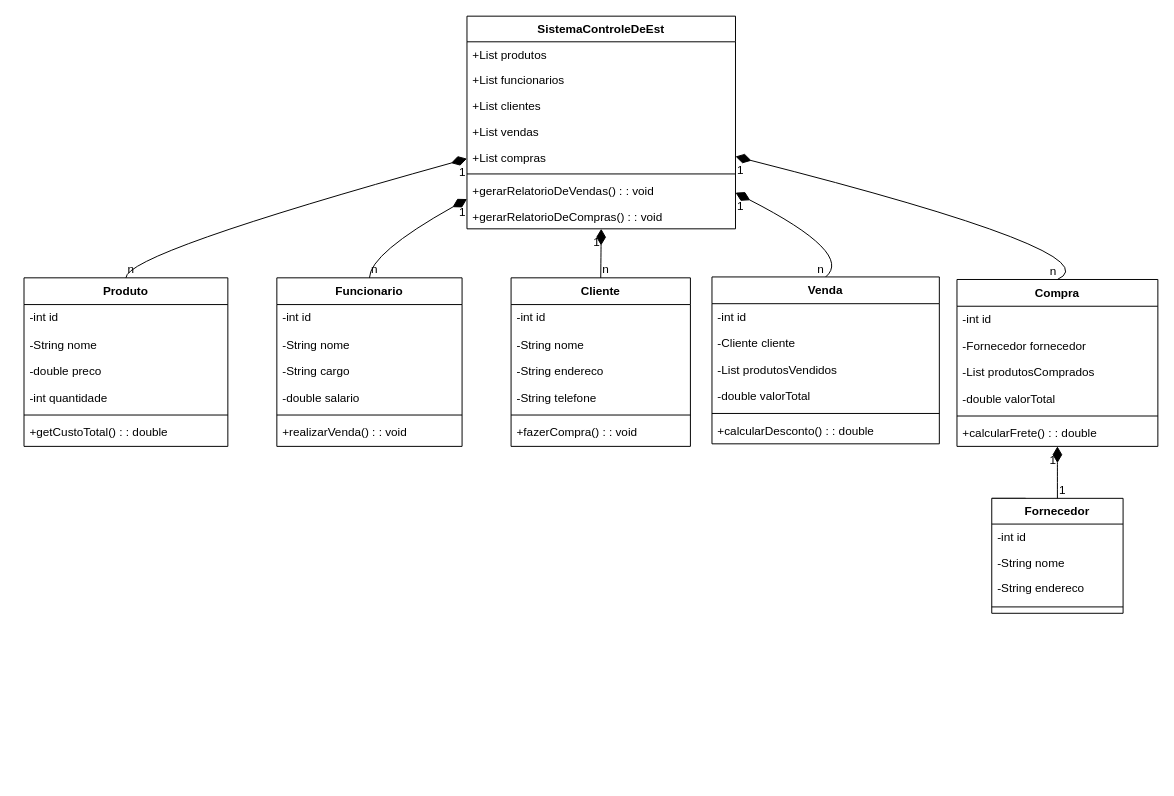
Earlier version of the draw.io diagram UML's/Draw.io/StockKeeper.drawio (KepryDeSousa/Stockeeper). Source tidied: cells renumbered, new cells numbered last; positions are measured from the earlier drawing's top-left corner, leaving out a move shared by most shapes. Both pictures are drawn from the tidied source at 98%, with x=0, y=0 at pixel (24, 16).
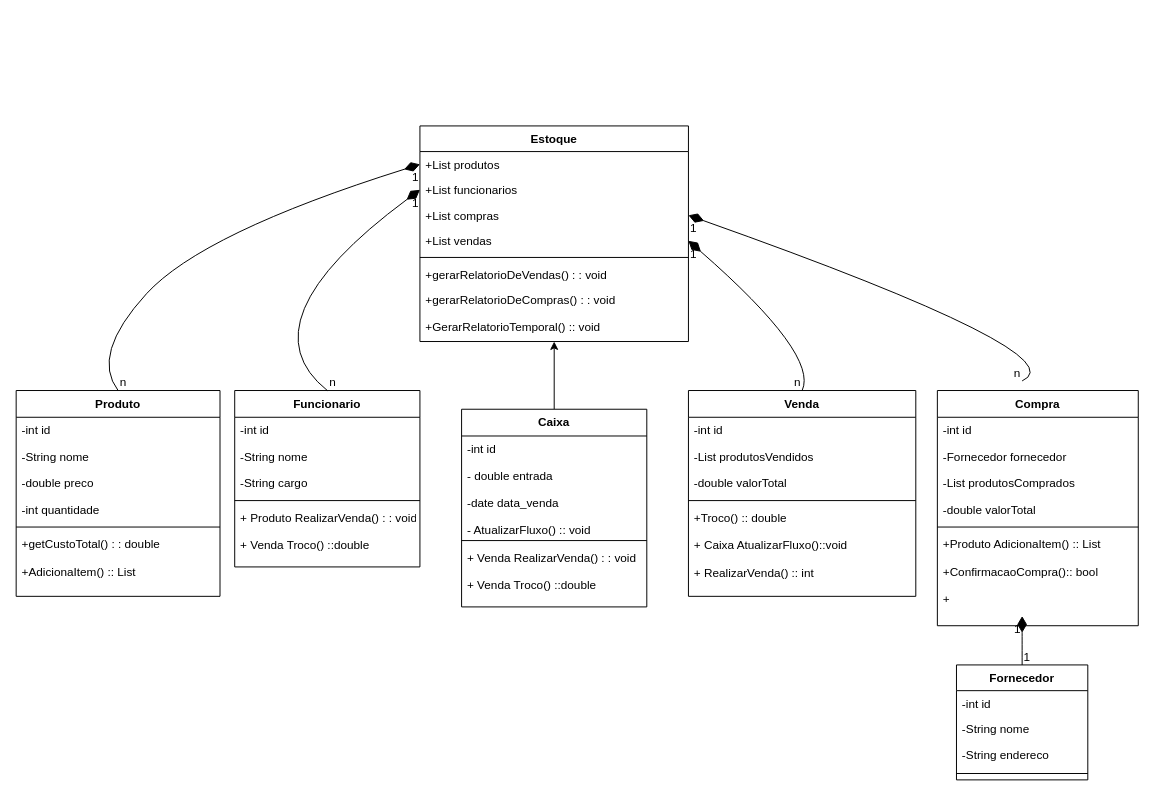
The same page after the edit.

What changed in the source:
```diff
@@
-    <mxCell id="2" value="SistemaControleDeEst" style="swimlane;fontStyle=1;align=center;verticalAlign=top;horizontal=1;startSize=26.162878036499023;" parent="1" vertex="1">
-      <mxGeometry x="452" width="274" height="217" as="geometry" />
+    <mxCell id="2" value="Estoque" style="swimlane;fontStyle=1;align=center;verticalAlign=top;horizontal=1;startSize=26.162878036499023;" parent="1" vertex="1">
+      <mxGeometry x="404" y="112" width="274" height="220" as="geometry" />
     </mxCell>
     <mxCell id="3" value="+List produtos" style="text;strokeColor=none;fillColor=none;align=left;verticalAlign=top;spacingLeft=4;spacingRight=4;overflow=hidden;points=[[0,0.5],[1,0.5]];portConstraint=eastwest;" parent="2" vertex="1">
-      <mxGeometry y="26" width="274" height="26" as="geometry" />
+      <mxGeometry y="26.2" width="274" height="26" as="geometry" />
     </mxCell>
     <mxCell id="4" value="+List funcionarios" style="text;strokeColor=none;fillColor=none;align=left;verticalAlign=top;spacingLeft=4;spacingRight=4;overflow=hidden;points=[[0,0.5],[1,0.5]];portConstraint=eastwest;" parent="2" vertex="1">
-      <mxGeometry y="52" width="274" height="26" as="geometry" />
+      <mxGeometry y="52.2" width="274" height="26" as="geometry" />
     </mxCell>
-    <mxCell id="5" value="+List clientes" style="text;strokeColor=none;fillColor=none;align=left;verticalAlign=top;spacingLeft=4;spacingRight=4;overflow=hidden;" parent="2" vertex="1">
-      <mxGeometry y="78" width="274" height="26" as="geometry" />
-    </mxCell>
+    <mxCell id="7" value="+List compras" style="text;strokeColor=none;fillColor=none;align=left;verticalAlign=top;spacingLeft=4;spacingRight=4;overflow=hidden;points=[[0,0.5],[1,0.5]];portConstraint=eastwest;" parent="2" vertex="1">
+      <mxGeometry y="78.2" width="274" height="26" as="geometry" />
+    </mxCell>
     <mxCell id="6" value="+List vendas" style="text;strokeColor=none;fillColor=none;align=left;verticalAlign=top;spacingLeft=4;spacingRight=4;overflow=hidden;points=[[0,0.5],[1,0.5]];portConstraint=eastwest;" parent="2" vertex="1">
-      <mxGeometry y="105" width="274" height="26" as="geometry" />
+      <mxGeometry y="104.2" width="274" height="26" as="geometry" />
     </mxCell>
-    <mxCell id="7" value="+List compras" style="text;strokeColor=none;fillColor=none;align=left;verticalAlign=top;spacingLeft=4;spacingRight=4;overflow=hidden;points=[[0,0.5],[1,0.5]];portConstraint=eastwest;" parent="2" vertex="1">
-      <mxGeometry y="131" width="274" height="26" as="geometry" />
-    </mxCell>
     <mxCell id="8" style="line;strokeWidth=1;fillColor=none;align=left;verticalAlign=middle;spacingTop=-1;spacingLeft=3;spacingRight=3;labelPosition=right;strokeColor=inherit;" parent="2" vertex="1">
-      <mxGeometry y="157" width="274" height="8" as="geometry" />
+      <mxGeometry y="130.2" width="274" height="8" as="geometry" />
     </mxCell>
     <mxCell id="9" value="+gerarRelatorioDeVendas() : : void" style="text;strokeColor=none;fillColor=none;align=left;verticalAlign=top;spacingLeft=4;spacingRight=4;overflow=hidden;" parent="2" vertex="1">
-      <mxGeometry y="165" width="274" height="26" as="geometry" />
+      <mxGeometry y="138.2" width="274" height="26" as="geometry" />
     </mxCell>
-    <mxCell id="10" value="+gerarRelatorioDeCompras() : : void" style="text;strokeColor=none;fillColor=none;align=left;verticalAlign=top;spacingLeft=4;spacingRight=4;overflow=hidden;" parent="2" vertex="1">
-      <mxGeometry y="191" width="274" height="26" as="geometry" />
+    <mxCell id="10" value="+gerarRelatorioDeCompras() : : void&#10;&#10;+GerarRelatorioTemporal() :: void" style="text;strokeColor=none;fillColor=none;align=left;verticalAlign=top;spacingLeft=4;spacingRight=4;overflow=hidden;" parent="2" vertex="1">
+      <mxGeometry y="164.2" width="274" height="55.8" as="geometry" />
     </mxCell>
     <mxCell id="11" value="Produto" style="swimlane;fontStyle=1;align=center;verticalAlign=top;horizontal=1;startSize=27.287877400716145;" parent="1" vertex="1">
-      <mxGeometry y="267" width="208" height="172" as="geometry" />
+      <mxGeometry x="-8" y="382" width="208" height="210" as="geometry" />
     </mxCell>
     <mxCell id="12" value="-int id" style="text;strokeColor=none;fillColor=none;align=left;verticalAlign=top;spacingLeft=4;spacingRight=4;overflow=hidden;" parent="11" vertex="1">
-      <mxGeometry y="27" width="208" height="27" as="geometry" />
+      <mxGeometry y="27.3" width="208" height="27" as="geometry" />
     </mxCell>
     <mxCell id="13" value="-String nome" style="text;strokeColor=none;fillColor=none;align=left;verticalAlign=top;spacingLeft=4;spacingRight=4;overflow=hidden;" parent="11" vertex="1">
-      <mxGeometry y="55" width="208" height="27" as="geometry" />
+      <mxGeometry y="54.3" width="208" height="27" as="geometry" />
     </mxCell>
     <mxCell id="14" value="-double preco" style="text;strokeColor=none;fillColor=none;align=left;verticalAlign=top;spacingLeft=4;spacingRight=4;overflow=hidden;" parent="11" vertex="1">
-      <mxGeometry y="82" width="208" height="27" as="geometry" />
+      <mxGeometry y="81.3" width="208" height="27" as="geometry" />
     </mxCell>
     <mxCell id="15" value="-int quantidade" style="text;strokeColor=none;fillColor=none;align=left;verticalAlign=top;spacingLeft=4;spacingRight=4;overflow=hidden;" parent="11" vertex="1">
-      <mxGeometry y="109" width="208" height="27" as="geometry" />
+      <mxGeometry y="108.3" width="208" height="27" as="geometry" />
     </mxCell>
     <mxCell id="16" style="line;strokeWidth=1;fillColor=none;align=left;verticalAlign=middle;spacingTop=-1;spacingLeft=3;spacingRight=3;labelPosition=right;strokeColor=inherit;" parent="11" vertex="1">
-      <mxGeometry y="136" width="208" height="8" as="geometry" />
+      <mxGeometry y="135.3" width="208" height="8" as="geometry" />
     </mxCell>
-    <mxCell id="17" value="+getCustoTotal() : : double" style="text;strokeColor=none;fillColor=none;align=left;verticalAlign=top;spacingLeft=4;spacingRight=4;overflow=hidden;" parent="11" vertex="1">
-      <mxGeometry y="144" width="208" height="27" as="geometry" />
+    <mxCell id="17" value="+getCustoTotal() : : double&#10;&#10;+AdicionaItem() :: List&#10;&#10;" style="text;strokeColor=none;fillColor=none;align=left;verticalAlign=top;spacingLeft=4;spacingRight=4;overflow=hidden;" parent="11" vertex="1">
+      <mxGeometry y="143.3" width="208" height="66.7" as="geometry" />
     </mxCell>
     <mxCell id="18" value="Funcionario" style="swimlane;fontStyle=1;align=center;verticalAlign=top;horizontal=1;startSize=27.287877400716145;" parent="1" vertex="1">
-      <mxGeometry x="258" y="267" width="189" height="172" as="geometry" />
+      <mxGeometry x="215" y="382" width="189" height="180" as="geometry" />
     </mxCell>
     <mxCell id="19" value="-int id" style="text;strokeColor=none;fillColor=none;align=left;verticalAlign=top;spacingLeft=4;spacingRight=4;overflow=hidden;" parent="18" vertex="1">
-      <mxGeometry y="27" width="189" height="27" as="geometry" />
+      <mxGeometry y="27.3" width="189" height="27" as="geometry" />
     </mxCell>
     <mxCell id="20" value="-String nome" style="text;strokeColor=none;fillColor=none;align=left;verticalAlign=top;spacingLeft=4;spacingRight=4;overflow=hidden;" parent="18" vertex="1">
-      <mxGeometry y="55" width="189" height="27" as="geometry" />
+      <mxGeometry y="54.3" width="189" height="27" as="geometry" />
     </mxCell>
     <mxCell id="21" value="-String cargo" style="text;strokeColor=none;fillColor=none;align=left;verticalAlign=top;spacingLeft=4;spacingRight=4;overflow=hidden;" parent="18" vertex="1">
-      <mxGeometry y="82" width="189" height="27" as="geometry" />
+      <mxGeometry y="81.3" width="189" height="27" as="geometry" />
     </mxCell>
-    <mxCell id="22" value="-double salario" style="text;strokeColor=none;fillColor=none;align=left;verticalAlign=top;spacingLeft=4;spacingRight=4;overflow=hidden;" parent="18" vertex="1">
-      <mxGeometry y="109" width="189" height="27" as="geometry" />
-    </mxCell>
     <mxCell id="23" style="line;strokeWidth=1;fillColor=none;align=left;verticalAlign=middle;spacingTop=-1;spacingLeft=3;spacingRight=3;labelPosition=right;strokeColor=inherit;" parent="18" vertex="1">
-      <mxGeometry y="136" width="189" height="8" as="geometry" />
+      <mxGeometry y="108.3" width="189" height="8" as="geometry" />
     </mxCell>
-    <mxCell id="24" value="+realizarVenda() : : void" style="text;strokeColor=none;fillColor=none;align=left;verticalAlign=top;spacingLeft=4;spacingRight=4;overflow=hidden;" parent="18" vertex="1">
-      <mxGeometry y="144" width="189" height="27" as="geometry" />
+    <mxCell id="24" value="+ Produto RealizarVenda() : : void&#10;&#10;+ Venda Troco() ::double&#10;&#10;&#10;&#10;" style="text;strokeColor=none;fillColor=none;align=left;verticalAlign=top;spacingLeft=4;spacingRight=4;overflow=hidden;" parent="18" vertex="1">
+      <mxGeometry y="116.3" width="189" height="63.7" as="geometry" />
     </mxCell>
-    <mxCell id="25" value="Cliente" style="swimlane;fontStyle=1;align=center;verticalAlign=top;horizontal=1;startSize=27.287877400716145;" parent="1" vertex="1">
-      <mxGeometry x="497" y="267" width="183" height="172" as="geometry" />
-    </mxCell>
-    <mxCell id="26" value="-int id" style="text;strokeColor=none;fillColor=none;align=left;verticalAlign=top;spacingLeft=4;spacingRight=4;overflow=hidden;" parent="25" vertex="1">
-      <mxGeometry y="27" width="183" height="27" as="geometry" />
-    </mxCell>
-    <mxCell id="27" value="-String nome" style="text;strokeColor=none;fillColor=none;align=left;verticalAlign=top;spacingLeft=4;spacingRight=4;overflow=hidden;" parent="25" vertex="1">
-      <mxGeometry y="55" width="183" height="27" as="geometry" />
-    </mxCell>
-    <mxCell id="28" value="-String endereco" style="text;strokeColor=none;fillColor=none;align=left;verticalAlign=top;spacingLeft=4;spacingRight=4;overflow=hidden;" parent="25" vertex="1">
-      <mxGeometry y="82" width="183" height="27" as="geometry" />
-    </mxCell>
-    <mxCell id="29" value="-String telefone" style="text;strokeColor=none;fillColor=none;align=left;verticalAlign=top;spacingLeft=4;spacingRight=4;overflow=hidden;" parent="25" vertex="1">
-      <mxGeometry y="109" width="183" height="27" as="geometry" />
-    </mxCell>
-    <mxCell id="30" style="line;strokeWidth=1;fillColor=none;align=left;verticalAlign=middle;spacingTop=-1;spacingLeft=3;spacingRight=3;labelPosition=right;strokeColor=inherit;" parent="25" vertex="1">
-      <mxGeometry y="136" width="183" height="8" as="geometry" />
-    </mxCell>
-    <mxCell id="31" value="+fazerCompra() : : void" style="text;strokeColor=none;fillColor=none;align=left;verticalAlign=top;spacingLeft=4;spacingRight=4;overflow=hidden;" parent="25" vertex="1">
-      <mxGeometry y="144" width="183" height="27" as="geometry" />
-    </mxCell>
     <mxCell id="32" value="Venda" style="swimlane;fontStyle=1;align=center;verticalAlign=top;horizontal=1;startSize=27.287877400716145;" parent="1" vertex="1">
-      <mxGeometry x="702" y="266.1" width="232" height="170.3" as="geometry" />
+      <mxGeometry x="678" y="382" width="232" height="210" as="geometry" />
     </mxCell>
@@
-    <mxCell id="34" value="-Cliente cliente" style="text;strokeColor=none;fillColor=none;align=left;verticalAlign=top;spacingLeft=4;spacingRight=4;overflow=hidden;" parent="32" vertex="1">
-      <mxGeometry y="54.3" width="232" height="27" as="geometry" />
-    </mxCell>
     <mxCell id="35" value="-List produtosVendidos" style="text;strokeColor=none;fillColor=none;align=left;verticalAlign=top;spacingLeft=4;spacingRight=4;overflow=hidden;" parent="32" vertex="1">
-      <mxGeometry y="81.3" width="232" height="27" as="geometry" />
+      <mxGeometry y="54.3" width="232" height="27" as="geometry" />
     </mxCell>
     <mxCell id="36" value="-double valorTotal" style="text;strokeColor=none;fillColor=none;align=left;verticalAlign=top;spacingLeft=4;spacingRight=4;overflow=hidden;" parent="32" vertex="1">
-      <mxGeometry y="108.3" width="232" height="27" as="geometry" />
+      <mxGeometry y="81.3" width="232" height="27" as="geometry" />
     </mxCell>
     <mxCell id="37" style="line;strokeWidth=1;fillColor=none;align=left;verticalAlign=middle;spacingTop=-1;spacingLeft=3;spacingRight=3;labelPosition=right;strokeColor=inherit;" parent="32" vertex="1">
-      <mxGeometry y="135.3" width="232" height="8" as="geometry" />
+      <mxGeometry y="108.3" width="232" height="8" as="geometry" />
     </mxCell>
-    <mxCell id="38" value="+calcularDesconto() : : double" style="text;strokeColor=none;fillColor=none;align=left;verticalAlign=top;spacingLeft=4;spacingRight=4;overflow=hidden;" parent="32" vertex="1">
-      <mxGeometry y="143.3" width="232" height="27" as="geometry" />
+    <mxCell id="38" value="+Troco() :: double&#10;&#10;+ Caixa AtualizarFluxo()::void&#10;&#10;+ RealizarVenda() :: int&#10;" style="text;strokeColor=none;fillColor=none;align=left;verticalAlign=top;spacingLeft=4;spacingRight=4;overflow=hidden;" parent="32" vertex="1">
+      <mxGeometry y="116.3" width="232" height="93.7" as="geometry" />
     </mxCell>
     <mxCell id="39" value="Compra" style="swimlane;fontStyle=1;align=center;verticalAlign=top;horizontal=1;startSize=27.287877400716145;" parent="1" vertex="1">
-      <mxGeometry x="952" y="268.7" width="205" height="170.3" as="geometry" />
+      <mxGeometry x="932" y="382" width="205" height="240" as="geometry" />
     </mxCell>
@@
-    <mxCell id="45" value="+calcularFrete() : : double" style="text;strokeColor=none;fillColor=none;align=left;verticalAlign=top;spacingLeft=4;spacingRight=4;overflow=hidden;" parent="39" vertex="1">
-      <mxGeometry y="143.3" width="205" height="27" as="geometry" />
+    <mxCell id="45" value="+Produto AdicionaItem() :: List&#10;&#10;+ConfirmacaoCompra():: bool&#10;&#10;+" style="text;strokeColor=none;fillColor=none;align=left;verticalAlign=top;spacingLeft=4;spacingRight=4;overflow=hidden;" parent="39" vertex="1">
+      <mxGeometry y="143.3" width="205" height="96.7" as="geometry" />
     </mxCell>
-    <mxCell id="46" style="edgeStyle=orthogonalEdgeStyle;rounded=0;jettySize=auto;html=1;exitX=0;exitY=0;exitDx=0;exitDy=0;" parent="1" edge="1" source="47">
-      <mxGeometry relative="1" as="geometry">
-        <mxPoint x="1022" y="502" as="targetPoint" />
-      </mxGeometry>
-    </mxCell>
     <mxCell id="47" value="Fornecedor" style="swimlane;fontStyle=1;align=center;verticalAlign=top;horizontal=1;startSize=26.25589158799913;" parent="1" vertex="1">
-      <mxGeometry x="987.5" y="492" width="134" height="117.3" as="geometry" />
+      <mxGeometry x="951.5" y="662" width="134" height="117.3" as="geometry" />
     </mxCell>
@@
-    <mxCell id="52" style="curved=1;startArrow=diamondThin;startSize=14;startFill=1;endArrow=none;exitX=0;exitY=0.67;entryX=0.5;entryY=0;" parent="1" edge="1" source="2" target="11">
+    <mxCell id="52" style="curved=1;startArrow=diamondThin;startSize=14;startFill=1;endArrow=none;exitX=0;exitY=0.5;entryX=0.5;entryY=0;entryDx=0;entryDy=0;exitDx=0;exitDy=0;" parent="1" edge="1" source="3" target="11">
       <mxGeometry relative="1" as="geometry">
         <Array as="points">
-          <mxPoint x="104" y="242" />
+          <mxPoint x="182" y="221" />
+          <mxPoint x="68" y="345.4" />
         </Array>
       </mxGeometry>
     </mxCell>
@@
-    <mxCell id="55" style="curved=1;startArrow=diamondThin;startSize=14;startFill=1;endArrow=none;exitX=0;exitY=0.86;entryX=0.5;entryY=0;" parent="1" edge="1" source="2" target="18">
+    <mxCell id="55" style="curved=1;startArrow=diamondThin;startSize=14;startFill=1;endArrow=none;exitX=0;exitY=0.5;entryX=0.5;entryY=0;exitDx=0;exitDy=0;" parent="1" edge="1" source="4" target="18">
       <mxGeometry relative="1" as="geometry">
         <Array as="points">
-          <mxPoint x="353" y="242" />
+          <mxPoint x="222" y="312" />
         </Array>
       </mxGeometry>
     </mxCell>
@@
-    <mxCell id="58" style="curved=1;startArrow=diamondThin;startSize=14;startFill=1;endArrow=none;exitX=0.5;exitY=1;entryX=0.5;entryY=0;" parent="1" edge="1" source="2" target="25">
-      <mxGeometry relative="1" as="geometry" />
-    </mxCell>
-    <mxCell id="59" value="1" style="edgeLabel;labelBackgroundColor=none;fontSize=12;align=right;verticalAlign=top;" parent="58" vertex="1">
-      <mxGeometry x="-1" relative="1" as="geometry" />
-    </mxCell>
-    <mxCell id="60" value="n" style="edgeLabel;labelBackgroundColor=none;fontSize=12;align=left;verticalAlign=bottom;" parent="58" vertex="1">
-      <mxGeometry x="1" relative="1" as="geometry" />
-    </mxCell>
-    <mxCell id="61" style="curved=1;startArrow=diamondThin;startSize=14;startFill=1;endArrow=none;exitX=1;exitY=0.83;entryX=0.5;entryY=0;" parent="1" edge="1" source="2" target="32">
+    <mxCell id="61" style="curved=1;startArrow=diamondThin;startSize=14;startFill=1;endArrow=none;exitX=1;exitY=0.5;entryX=0.5;entryY=0;exitDx=0;exitDy=0;" parent="1" edge="1" source="6" target="32">
       <mxGeometry relative="1" as="geometry">
         <Array as="points">
-          <mxPoint x="847" y="242" />
+          <mxPoint x="811" y="345.4" />
         </Array>
       </mxGeometry>
     </mxCell>
@@
-    <mxCell id="64" style="curved=1;startArrow=diamondThin;startSize=14;startFill=1;endArrow=none;exitX=1;exitY=0.66;entryX=0.5;entryY=0;" parent="1" edge="1" source="2" target="39">
+    <mxCell id="64" style="curved=1;startArrow=diamondThin;startSize=14;startFill=1;endArrow=none;entryX=0.5;entryY=0;exitX=1;exitY=0.5;exitDx=0;exitDy=0;" parent="1" edge="1" source="7">
       <mxGeometry relative="1" as="geometry">
+        <mxPoint x="1018.5" y="372.2" as="targetPoint" />
         <Array as="points">
-          <mxPoint x="1115" y="242" />
+          <mxPoint x="1079" y="345.4" />
         </Array>
       </mxGeometry>
     </mxCell>
@@
-    <mxCell id="67" style="curved=1;startArrow=diamondThin;startSize=14;startFill=1;endArrow=none;exitX=0.5;exitY=1;entryX=0.5;entryY=0;" parent="1" edge="1" source="39" target="47">
-      <mxGeometry relative="1" as="geometry" />
+    <mxCell id="67" style="curved=1;startArrow=diamondThin;startSize=14;startFill=1;endArrow=none;exitX=0.5;exitY=1;entryX=0.5;entryY=0;" parent="1" edge="1" target="47">
+      <mxGeometry relative="1" as="geometry">
+        <mxPoint x="1018.5" y="612.2" as="sourcePoint" />
+      </mxGeometry>
     </mxCell>
@@
+    <mxCell id="70" style="edgeStyle=orthogonalEdgeStyle;rounded=0;jettySize=auto;html=1;" parent="1" edge="1" source="71" target="2">
+      <mxGeometry relative="1" as="geometry" />
+    </mxCell>
+    <mxCell id="71" value="Caixa" style="swimlane;fontStyle=1;align=center;verticalAlign=top;horizontal=1;startSize=27.287877400716145;" parent="1" vertex="1">
+      <mxGeometry x="446.5" y="401.1" width="189" height="201.7" as="geometry" />
+    </mxCell>
+    <mxCell id="26" value="-int id" style="text;strokeColor=none;fillColor=none;align=left;verticalAlign=top;spacingLeft=4;spacingRight=4;overflow=hidden;" parent="71" vertex="1">
+      <mxGeometry y="27.3" width="189" height="27" as="geometry" />
+    </mxCell>
+    <mxCell id="72" value="- double entrada&#10;&#10;-date data_venda&#10;&#10;- AtualizarFluxo() :: void" style="text;strokeColor=none;fillColor=none;align=left;verticalAlign=top;spacingLeft=4;spacingRight=4;overflow=hidden;" parent="71" vertex="1">
+      <mxGeometry y="54.3" width="189" height="75.7" as="geometry" />
+    </mxCell>
+    <mxCell id="73" style="line;strokeWidth=1;fillColor=none;align=left;verticalAlign=middle;spacingTop=-1;spacingLeft=3;spacingRight=3;labelPosition=right;strokeColor=inherit;" parent="71" vertex="1">
+      <mxGeometry y="130" width="189" height="8" as="geometry" />
+    </mxCell>
+    <mxCell id="74" value="+ Venda RealizarVenda() : : void&#10;&#10;+ Venda Troco() ::double&#10;&#10;&#10;&#10;" style="text;strokeColor=none;fillColor=none;align=left;verticalAlign=top;spacingLeft=4;spacingRight=4;overflow=hidden;" parent="71" vertex="1">
+      <mxGeometry y="138" width="189" height="63.7" as="geometry" />
+    </mxCell>
```
